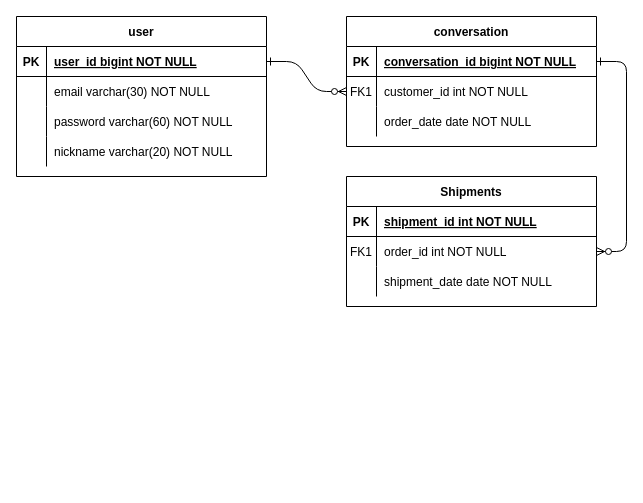
GunwooJo/codefeedbackBE keeps this draw.io diagram as ER다이어그램.drawio. Above is the earlier version. Source tidied: cells renumbered, new cells numbered last; positions are measured from the earlier drawing's top-left corner, leaving out a move shared by most shapes. Both pictures are drawn from the tidied source at 100%, with x=0, y=0 at pixel (16, 16).
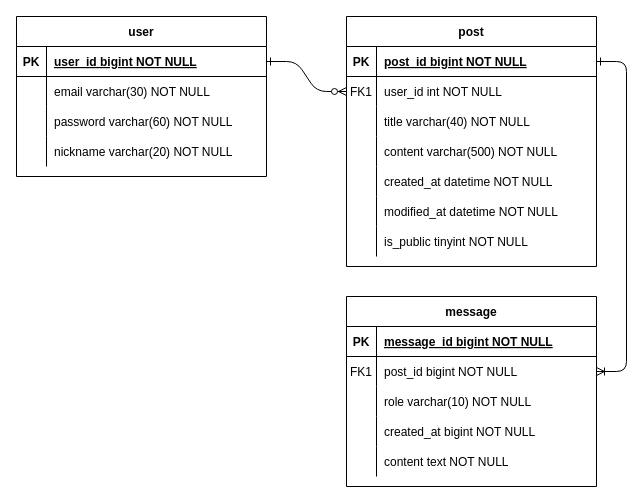
Above is the later version.

Commit message:
post, message 테이블 정의

Unchanged cells that the change refers to:
```xml
<mxCell id="5" style="shape=partialRectangle;fillColor=none;points=[[0,0.5],[1,0.5]];portConstraint=eastwest;top=0;left=0;right=0;bottom=1;" parent="4" vertex="1">
  <mxGeometry y="30" width="250" height="30" as="geometry" />
</mxCell>
<mxCell id="8" style="shape=partialRectangle;fillColor=none;points=[[0,0.5],[1,0.5]];portConstraint=eastwest;top=0;left=0;right=0;bottom=0;" parent="4" vertex="1">
  <mxGeometry y="60" width="250" height="30" as="geometry" />
</mxCell>
<mxCell id="11" style="shape=partialRectangle;fillColor=none;top=0;left=0;right=0;bottom=0;" parent="4" vertex="1">
  <mxGeometry y="90" width="250" height="30" as="geometry" />
</mxCell>
<mxCell id="15" style="shape=partialRectangle;fillColor=none;top=0;left=0;right=0;bottom=1;" parent="14" vertex="1">
  <mxGeometry y="30" width="250" height="30" as="geometry" />
</mxCell>
<mxCell id="18" style="shape=partialRectangle;fillColor=none;points=[[0,0.5],[1,0.5]];portConstraint=eastwest;top=0;left=0;right=0;bottom=0;" parent="14" vertex="1">
  <mxGeometry y="60" width="250" height="30" as="geometry" />
</mxCell>
<mxCell id="21" style="shape=partialRectangle;fillColor=none;top=0;left=0;right=0;bottom=0;" parent="14" vertex="1">
  <mxGeometry y="90" width="250" height="30" as="geometry" />
</mxCell>
```

Diff of the diagram source:
```diff
@@
-    <mxCell id="3" style="edgeStyle=entityRelationEdgeStyle;endArrow=ERzeroToMany;startArrow=ERone;endFill=1;startFill=0;" parent="1" edge="1" source="5" target="18">
+    <mxCell id="3" style="edgeStyle=entityRelationEdgeStyle;endArrow=ERoneToMany;startArrow=ERone;endFill=0;startFill=0;" parent="1" edge="1" source="5" target="18">
       <mxGeometry relative="1" as="geometry" />
     </mxCell>
-    <mxCell id="4" value="conversation" style="shape=table;startSize=30;childLayout=tableLayout;rowLines=0;fontStyle=1;align=center;" parent="1" vertex="1">
-      <mxGeometry x="330" width="250" height="130" as="geometry" />
+    <mxCell id="4" value="post" style="shape=table;startSize=30;childLayout=tableLayout;rowLines=0;fontStyle=1;align=center;" parent="1" vertex="1">
+      <mxGeometry x="330" width="250" height="250" as="geometry" />
     </mxCell>
@@
-    <mxCell id="7" value="conversation_id bigint NOT NULL " style="shape=partialRectangle;overflow=hidden;fillColor=none;top=0;left=0;bottom=0;right=0;align=left;spacingLeft=6;fontStyle=5;" parent="5" vertex="1">
+    <mxCell id="7" value="post_id bigint NOT NULL " style="shape=partialRectangle;overflow=hidden;fillColor=none;top=0;left=0;bottom=0;right=0;align=left;spacingLeft=6;fontStyle=5;" parent="5" vertex="1">
       <mxGeometry x="30" width="220" height="30" as="geometry" />
     </mxCell>
@@
-    <mxCell id="10" value="customer_id int NOT NULL" style="shape=partialRectangle;overflow=hidden;fillColor=none;top=0;left=0;bottom=0;right=0;align=left;spacingLeft=6;" parent="8" vertex="1">
+    <mxCell id="10" value="user_id int NOT NULL" style="shape=partialRectangle;overflow=hidden;fillColor=none;top=0;left=0;bottom=0;right=0;align=left;spacingLeft=6;" parent="8" vertex="1">
       <mxGeometry x="30" width="220" height="30" as="geometry" />
     </mxCell>
@@
-    <mxCell id="13" value="order_date date NOT NULL" style="shape=partialRectangle;overflow=hidden;fillColor=none;top=0;left=0;bottom=0;right=0;align=left;spacingLeft=6;" parent="11" vertex="1">
+    <mxCell id="13" value="title varchar(40) NOT NULL" style="shape=partialRectangle;overflow=hidden;fillColor=none;top=0;left=0;bottom=0;right=0;align=left;spacingLeft=6;" parent="11" vertex="1">
       <mxGeometry x="30" width="220" height="30" as="geometry" />
     </mxCell>
+    <mxCell id="37" style="shape=partialRectangle;fillColor=none;top=0;left=0;right=0;bottom=0;" parent="4" vertex="1">
+      <mxGeometry y="120" width="250" height="30" as="geometry" />
+    </mxCell>
+    <mxCell id="38" style="shape=partialRectangle;overflow=hidden;fillColor=none;top=0;left=0;bottom=0;right=0;" parent="37" vertex="1">
+      <mxGeometry width="30" height="30" as="geometry" />
+    </mxCell>
+    <mxCell id="39" value="content varchar(500) NOT NULL" style="shape=partialRectangle;overflow=hidden;fillColor=none;top=0;left=0;bottom=0;right=0;align=left;spacingLeft=6;" parent="37" vertex="1">
+      <mxGeometry x="30" width="220" height="30" as="geometry" />
+    </mxCell>
+    <mxCell id="40" style="shape=partialRectangle;fillColor=none;top=0;left=0;right=0;bottom=0;" parent="4" vertex="1">
+      <mxGeometry y="150" width="250" height="30" as="geometry" />
+    </mxCell>
+    <mxCell id="41" style="shape=partialRectangle;overflow=hidden;fillColor=none;top=0;left=0;bottom=0;right=0;" parent="40" vertex="1">
+      <mxGeometry width="30" height="30" as="geometry" />
+    </mxCell>
+    <mxCell id="42" value="created_at datetime NOT NULL" style="shape=partialRectangle;overflow=hidden;fillColor=none;top=0;left=0;bottom=0;right=0;align=left;spacingLeft=6;" parent="40" vertex="1">
+      <mxGeometry x="30" width="220" height="30" as="geometry" />
+    </mxCell>
+    <mxCell id="43" style="shape=partialRectangle;fillColor=none;top=0;left=0;right=0;bottom=0;" parent="4" vertex="1">
+      <mxGeometry y="180" width="250" height="30" as="geometry" />
+    </mxCell>
+    <mxCell id="44" style="shape=partialRectangle;overflow=hidden;fillColor=none;top=0;left=0;bottom=0;right=0;" parent="43" vertex="1">
+      <mxGeometry width="30" height="30" as="geometry" />
+    </mxCell>
+    <mxCell id="45" value="modified_at datetime NOT NULL" style="shape=partialRectangle;overflow=hidden;fillColor=none;top=0;left=0;bottom=0;right=0;align=left;spacingLeft=6;" parent="43" vertex="1">
+      <mxGeometry x="30" width="220" height="30" as="geometry" />
+    </mxCell>
+    <mxCell id="46" style="shape=partialRectangle;fillColor=none;top=0;left=0;right=0;bottom=0;" parent="4" vertex="1">
+      <mxGeometry y="210" width="250" height="30" as="geometry" />
+    </mxCell>
+    <mxCell id="47" style="shape=partialRectangle;overflow=hidden;fillColor=none;top=0;left=0;bottom=0;right=0;" parent="46" vertex="1">
+      <mxGeometry width="30" height="30" as="geometry" />
+    </mxCell>
+    <mxCell id="48" value="is_public tinyint NOT NULL" style="shape=partialRectangle;overflow=hidden;fillColor=none;top=0;left=0;bottom=0;right=0;align=left;spacingLeft=6;" parent="46" vertex="1">
+      <mxGeometry x="30" width="220" height="30" as="geometry" />
+    </mxCell>
-    <mxCell id="14" value="Shipments" style="shape=table;startSize=30;childLayout=tableLayout;rowLines=0;fontStyle=1;align=center;" parent="1" vertex="1">
-      <mxGeometry x="330" y="160" width="250" height="130" as="geometry" />
+    <mxCell id="14" value="message" style="shape=table;startSize=30;childLayout=tableLayout;rowLines=0;fontStyle=1;align=center;" parent="1" vertex="1">
+      <mxGeometry x="330" y="280" width="250" height="190" as="geometry" />
     </mxCell>
@@
-    <mxCell id="17" value="shipment_id int NOT NULL " style="shape=partialRectangle;overflow=hidden;fillColor=none;top=0;left=0;bottom=0;right=0;align=left;spacingLeft=6;fontStyle=5;" parent="15" vertex="1">
+    <mxCell id="17" value="message_id bigint NOT NULL " style="shape=partialRectangle;overflow=hidden;fillColor=none;top=0;left=0;bottom=0;right=0;align=left;spacingLeft=6;fontStyle=5;" parent="15" vertex="1">
       <mxGeometry x="30" width="220" height="30" as="geometry" />
     </mxCell>
@@
-    <mxCell id="20" value="order_id int NOT NULL" style="shape=partialRectangle;overflow=hidden;fillColor=none;top=0;left=0;bottom=0;right=0;align=left;spacingLeft=6;" parent="18" vertex="1">
+    <mxCell id="20" value="post_id bigint NOT NULL" style="shape=partialRectangle;overflow=hidden;fillColor=none;top=0;left=0;bottom=0;right=0;align=left;spacingLeft=6;" parent="18" vertex="1">
       <mxGeometry x="30" width="220" height="30" as="geometry" />
     </mxCell>
@@
-    <mxCell id="23" value="shipment_date date NOT NULL" style="shape=partialRectangle;overflow=hidden;fillColor=none;top=0;left=0;bottom=0;right=0;align=left;spacingLeft=6;" parent="21" vertex="1">
+    <mxCell id="23" value="role varchar(10) NOT NULL" style="shape=partialRectangle;overflow=hidden;fillColor=none;top=0;left=0;bottom=0;right=0;align=left;spacingLeft=6;" parent="21" vertex="1">
       <mxGeometry x="30" width="220" height="30" as="geometry" />
     </mxCell>
+    <mxCell id="49" style="shape=partialRectangle;fillColor=none;top=0;left=0;right=0;bottom=0;" parent="14" vertex="1">
+      <mxGeometry y="120" width="250" height="30" as="geometry" />
+    </mxCell>
+    <mxCell id="50" style="shape=partialRectangle;overflow=hidden;fillColor=none;top=0;left=0;bottom=0;right=0;" parent="49" vertex="1">
+      <mxGeometry width="30" height="30" as="geometry" />
+    </mxCell>
+    <mxCell id="51" value="created_at bigint NOT NULL" style="shape=partialRectangle;overflow=hidden;fillColor=none;top=0;left=0;bottom=0;right=0;align=left;spacingLeft=6;" parent="49" vertex="1">
+      <mxGeometry x="30" width="220" height="30" as="geometry" />
+    </mxCell>
+    <mxCell id="52" style="shape=partialRectangle;fillColor=none;top=0;left=0;right=0;bottom=0;" parent="14" vertex="1">
+      <mxGeometry y="150" width="250" height="30" as="geometry" />
+    </mxCell>
+    <mxCell id="53" style="shape=partialRectangle;overflow=hidden;fillColor=none;top=0;left=0;bottom=0;right=0;" parent="52" vertex="1">
+      <mxGeometry width="30" height="30" as="geometry" />
+    </mxCell>
+    <mxCell id="54" value="content text NOT NULL" style="shape=partialRectangle;overflow=hidden;fillColor=none;top=0;left=0;bottom=0;right=0;align=left;spacingLeft=6;" parent="52" vertex="1">
+      <mxGeometry x="30" width="220" height="30" as="geometry" />
+    </mxCell>
```
